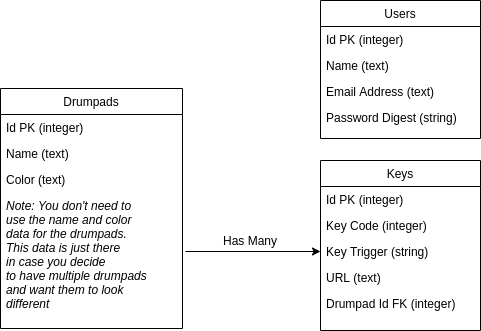
The draw.io diagram Drum Machine Database Diagram.png in PegliOne/Project-2-Drum-Machine-Server-Info, before a commit. Source tidied: cells renumbered, new cells last; positions are measured from the earlier drawing's top-left corner, leaving out a move shared by most shapes.
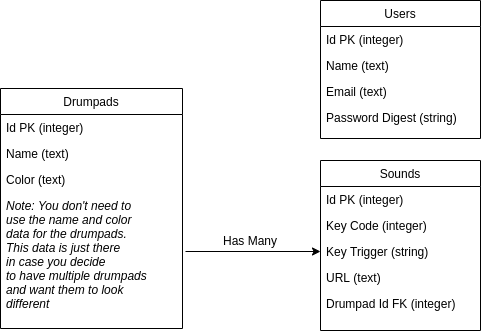
After the change.

What changed in the source:
```diff
@@ -11,13 +11,13 @@
     <mxCell id="4" value="Name (text)" style="text;align=left;verticalAlign=top;spacingLeft=4;spacingRight=4;overflow=hidden;" parent="2" vertex="1">
       <mxGeometry y="52" width="160" height="26" as="geometry" />
     </mxCell>
-    <mxCell id="5" value="Email Address (text)" style="text;align=left;verticalAlign=top;spacingLeft=4;spacingRight=4;overflow=hidden;rounded=0;shadow=0;html=0;" parent="2" vertex="1">
+    <mxCell id="5" value="Email (text)" style="text;align=left;verticalAlign=top;spacingLeft=4;spacingRight=4;overflow=hidden;rounded=0;shadow=0;html=0;" parent="2" vertex="1">
       <mxGeometry y="78" width="160" height="26" as="geometry" />
     </mxCell>
     <mxCell id="6" value="Password Digest (string)" style="text;align=left;verticalAlign=top;spacingLeft=4;spacingRight=4;overflow=hidden;rounded=0;shadow=0;html=0;" parent="2" vertex="1">
       <mxGeometry y="104" width="160" height="26" as="geometry" />
     </mxCell>
-    <mxCell id="7" value="Keys" style="swimlane;fontStyle=0;align=center;verticalAlign=top;horizontal=1;startSize=26;rounded=0;shadow=0;strokeWidth=1;" parent="1" vertex="1">
+    <mxCell id="7" value="Sounds" style="swimlane;fontStyle=0;align=center;verticalAlign=top;horizontal=1;startSize=26;rounded=0;shadow=0;strokeWidth=1;" parent="1" vertex="1">
       <mxGeometry x="320" y="160" width="160" height="170" as="geometry" />
     </mxCell>
     <mxCell id="8" value="Id PK (integer)" style="text;align=left;verticalAlign=top;spacingLeft=4;spacingRight=4;overflow=hidden;" parent="7" vertex="1">
```
